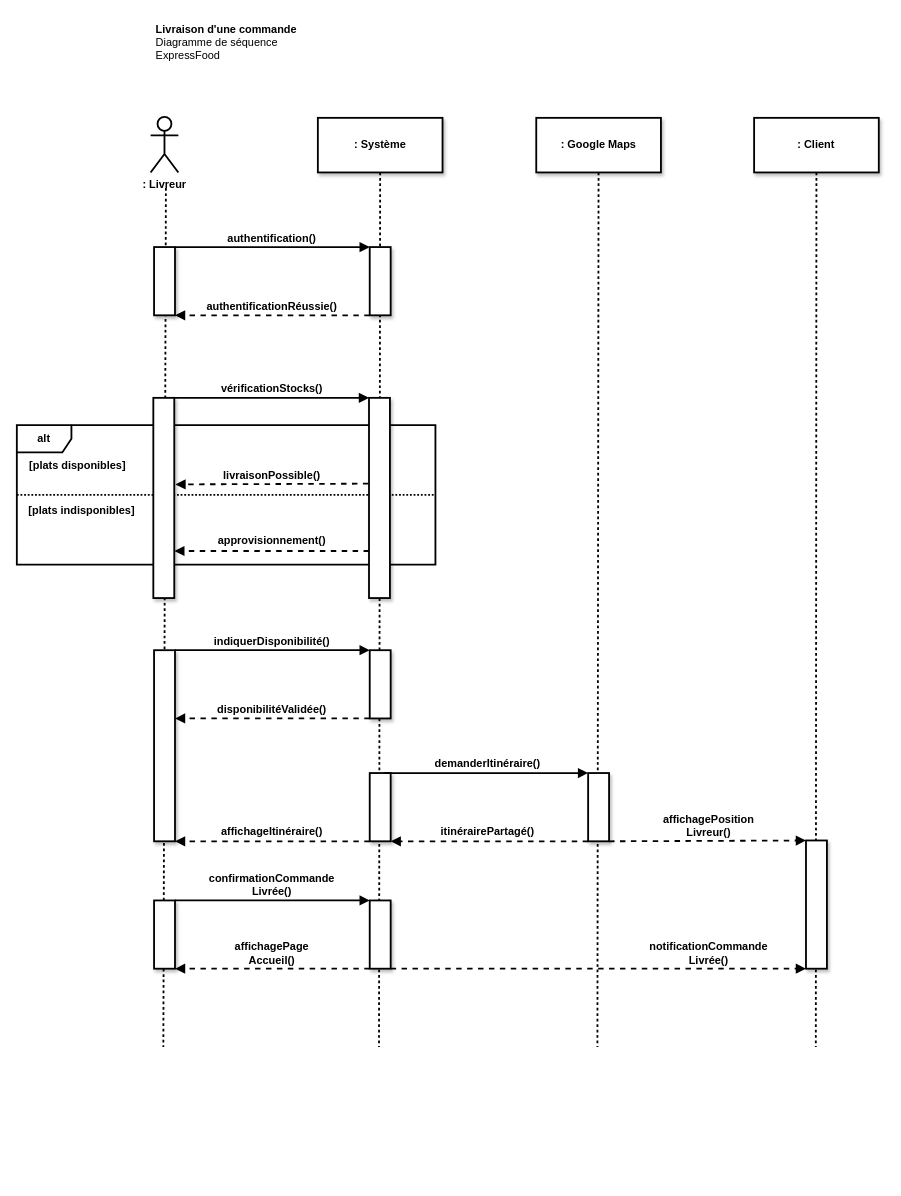
This is page "Diagramme de séquence - Livraison d'une commande" (7 of 7) of ExpressFood_Jourde_Florian/Jourde_Florian_1_diagrammes_UML_022022/ExpressFood - Domain Driven Design.drawio from FlorianJourde/OpenClassrooms-3-Design-the-technical-solution-for-an-online-restaurant-application-ExpressFood, a draw.io file, before an edit. Source tidied: cells renumbered, new cells numbered last; positions are measured from the earlier drawing's top-left corner, leaving out a move shared by most shapes. Both pictures are drawn from the tidied source at 91%, with x=0, y=0 at pixel (16, 19).
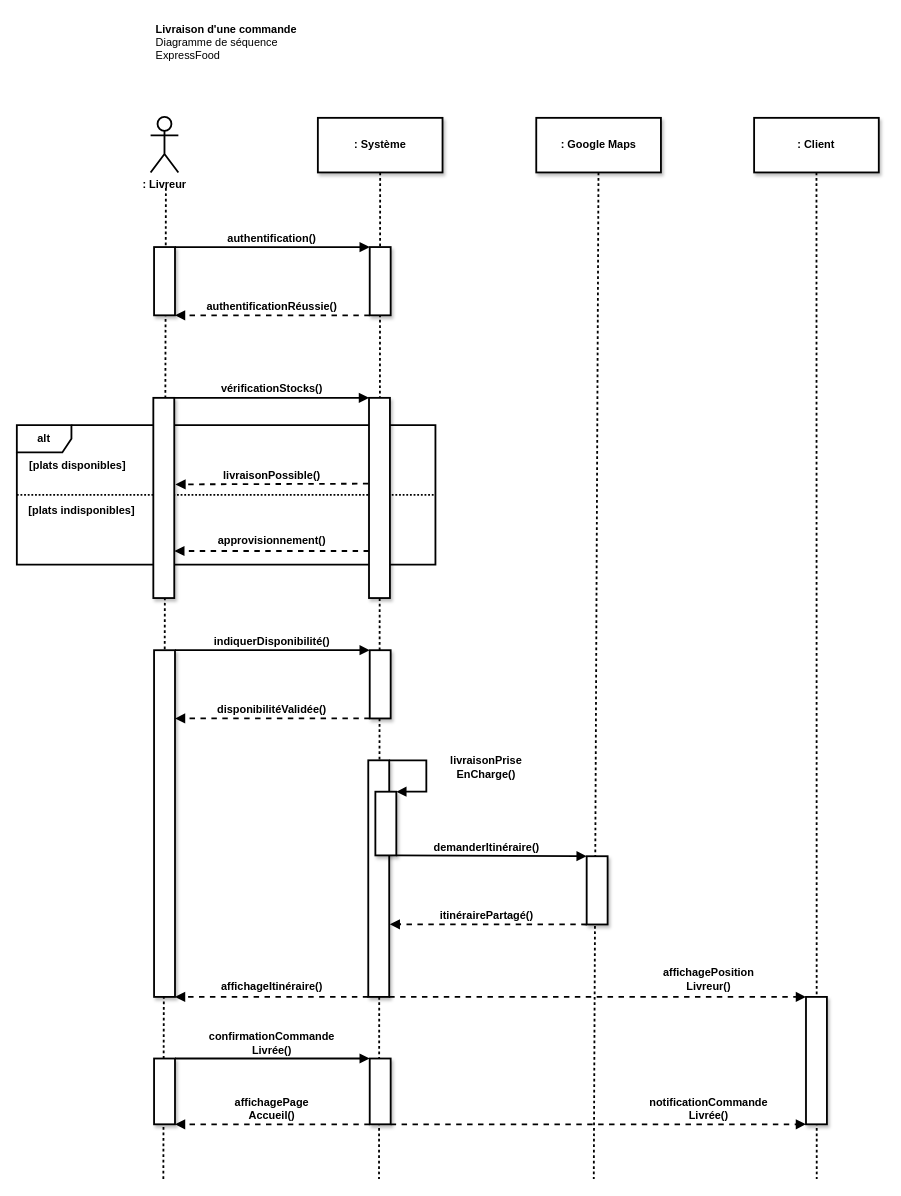
The same diagram, later.

The change refers to these unchanged cells:
```xml
<mxCell id="9" value=": Système" style="html=1;overflow=block;blockSpacing=1;whiteSpace=wrap;fontSize=12;spacing=20;strokeOpacity=100;fillOpacity=100;rounded=0;absoluteArcSize=1;arcSize=9;strokeWidth=2;shadow=1;fontStyle=1;spacingTop=0;align=center;verticalAlign=middle;" parent="1" vertex="1">
  <mxGeometry x="330.8" y="108" width="137" height="60" as="geometry" />
</mxCell>
<mxCell id="13" value=": Google Maps" style="html=1;overflow=block;blockSpacing=1;whiteSpace=wrap;fontSize=12;spacing=20;strokeOpacity=100;fillOpacity=100;rounded=0;absoluteArcSize=1;arcSize=9;strokeWidth=2;shadow=1;fontStyle=1;spacingTop=0;align=center;verticalAlign=middle;" parent="1" vertex="1">
  <mxGeometry x="570.8" y="108" width="137" height="60" as="geometry" />
</mxCell>
<mxCell id="15" value=": Client" style="html=1;overflow=block;blockSpacing=1;whiteSpace=wrap;fontSize=12;spacing=20;strokeOpacity=100;fillOpacity=100;rounded=0;absoluteArcSize=1;arcSize=9;strokeWidth=2;shadow=1;fontStyle=1;spacingTop=0;align=center;verticalAlign=middle;" parent="1" vertex="1">
  <mxGeometry x="810.2" y="108" width="137" height="60" as="geometry" />
</mxCell>
```

What changed in the source:
```diff
@@
     <mxCell id="5" style="html=1;jettySize=18;whiteSpace=wrap;fontSize=12;dashed=1;fixDash=1;strokeWidth=2;arcSize=12;startArrow=none;endArrow=none;rounded=0;" parent="1" edge="1" source="9">
       <mxGeometry relative="1" as="geometry">
-        <mxPoint x="398" y="1129" as="targetPoint" />
+        <mxPoint x="398" y="1274" as="targetPoint" />
       </mxGeometry>
     </mxCell>
     <mxCell id="6" style="html=1;jettySize=18;whiteSpace=wrap;fontSize=12;dashed=1;fixDash=1;strokeWidth=2;arcSize=12;startArrow=none;endArrow=none;rounded=0;" parent="1" edge="1">
       <mxGeometry relative="1" as="geometry">
         <mxPoint x="163.8" y="185" as="sourcePoint" />
-        <mxPoint x="161" y="1129" as="targetPoint" />
+        <mxPoint x="161" y="1274" as="targetPoint" />
       </mxGeometry>
     </mxCell>
     <mxCell id="7" style="html=1;jettySize=18;whiteSpace=wrap;fontSize=12;dashed=1;fixDash=1;strokeWidth=2;rounded=1;arcSize=12;startArrow=none;endArrow=none;" parent="1" edge="1" source="13">
       <mxGeometry relative="1" as="geometry">
-        <mxPoint x="638" y="1129" as="targetPoint" />
+        <mxPoint x="634" y="1274" as="targetPoint" />
       </mxGeometry>
     </mxCell>
     <mxCell id="8" style="html=1;jettySize=18;whiteSpace=wrap;fontSize=12;dashed=1;fixDash=1;strokeWidth=2;rounded=1;arcSize=12;startArrow=none;endArrow=none;" parent="1" edge="1" source="15">
       <mxGeometry relative="1" as="geometry">
-        <mxPoint x="878" y="1129" as="targetPoint" />
+        <mxPoint x="879" y="1274" as="targetPoint" />
       </mxGeometry>
     </mxCell>
@@
     <mxCell id="10" style="html=1;overflow=block;blockSpacing=1;whiteSpace=wrap;fontSize=12;spacing=9;strokeOpacity=100;fillOpacity=100;rounded=0;absoluteArcSize=1;arcSize=9;strokeWidth=2;shadow=1;" parent="1" vertex="1">
-      <mxGeometry x="150.8" y="693" width="23" height="210" as="geometry" />
+      <mxGeometry x="150.8" y="693" width="23" height="381" as="geometry" />
     </mxCell>
@@
-    <mxCell id="26" style="html=1;overflow=block;blockSpacing=1;whiteSpace=wrap;fontSize=12;spacing=9;strokeOpacity=100;fillOpacity=100;rounded=0;absoluteArcSize=1;arcSize=9;strokeWidth=2;shadow=1;" parent="1" vertex="1">
-      <mxGeometry x="387.8" y="828" width="23" height="75" as="geometry" />
-    </mxCell>
-    <mxCell id="27" style="html=1;overflow=block;blockSpacing=1;whiteSpace=wrap;fontSize=12;spacing=9;strokeOpacity=100;fillOpacity=100;rounded=0;absoluteArcSize=1;arcSize=9;strokeWidth=2;shadow=1;" parent="1" vertex="1">
-      <mxGeometry x="627.8" y="828" width="23" height="75" as="geometry" />
-    </mxCell>
-    <mxCell id="28" style="html=1;jettySize=18;whiteSpace=wrap;fontSize=12;strokeWidth=2;arcSize=12;startArrow=none;endArrow=block;endFill=1;entryX=0;entryY=0;entryDx=0;entryDy=0;rounded=0;" parent="1" edge="1" target="27">
-      <mxGeometry relative="1" as="geometry">
-        <mxPoint x="403.8" y="828" as="sourcePoint" />
-      </mxGeometry>
-    </mxCell>
-    <mxCell id="29" value="demanderItinéraire()" style="html=1;overflow=block;blockSpacing=1;whiteSpace=wrap;fontSize=12;align=center;spacing=3.8;verticalAlign=bottom;strokeOpacity=0;fillOpacity=0;rounded=1;absoluteArcSize=1;arcSize=9;strokeWidth=2;fontStyle=1;" parent="1" vertex="1">
-      <mxGeometry x="433.3" y="802.1" width="169" height="25" as="geometry" />
-    </mxCell>
-    <mxCell id="30" style="html=1;jettySize=18;whiteSpace=wrap;fontSize=12;strokeWidth=2;arcSize=12;startArrow=none;endArrow=block;endFill=1;exitX=0;exitY=1;exitDx=0;exitDy=0;dashed=1;entryX=1;entryY=1;entryDx=0;entryDy=0;rounded=0;" parent="1" edge="1" source="27" target="26">
-      <mxGeometry relative="1" as="geometry" />
-    </mxCell>
-    <mxCell id="31" value="itinérairePartagé()" style="html=1;overflow=block;blockSpacing=1;whiteSpace=wrap;fontSize=12;align=center;spacing=3.8;verticalAlign=bottom;strokeOpacity=0;fillOpacity=0;rounded=1;absoluteArcSize=1;arcSize=9;strokeWidth=2;fontStyle=1;" parent="1" vertex="1">
-      <mxGeometry x="433.3" y="877.1" width="169" height="25" as="geometry" />
-    </mxCell>
-    <mxCell id="32" style="html=1;jettySize=18;whiteSpace=wrap;fontSize=12;strokeWidth=2;arcSize=12;startArrow=none;endArrow=block;endFill=1;exitX=0;exitY=1;exitDx=0;exitDy=0;dashed=1;entryX=1;entryY=1;entryDx=0;entryDy=0;rounded=0;" parent="1" edge="1" source="26" target="10">
+    <mxCell id="32" style="html=1;jettySize=18;whiteSpace=wrap;fontSize=12;strokeWidth=2;arcSize=12;startArrow=none;endArrow=block;endFill=1;dashed=1;entryX=1;entryY=1;entryDx=0;entryDy=0;rounded=0;exitX=0;exitY=1;exitDx=0;exitDy=0;" parent="1" edge="1" source="55" target="10">
       <mxGeometry relative="1" as="geometry" />
     </mxCell>
     <mxCell id="33" value="affichageItinéraire()" style="html=1;overflow=block;blockSpacing=1;whiteSpace=wrap;fontSize=12;align=center;spacing=3.8;verticalAlign=bottom;strokeOpacity=0;fillOpacity=0;rounded=1;absoluteArcSize=1;arcSize=9;strokeWidth=2;fontStyle=1;" parent="1" vertex="1">
-      <mxGeometry x="196.3" y="877.1" width="169" height="25" as="geometry" />
+      <mxGeometry x="195.5" y="1046.7" width="169" height="25" as="geometry" />
     </mxCell>
     <mxCell id="34" style="html=1;overflow=block;blockSpacing=1;whiteSpace=wrap;fontSize=12;spacing=9;strokeOpacity=100;fillOpacity=100;rounded=0;absoluteArcSize=1;arcSize=9;strokeWidth=2;shadow=1;" parent="1" vertex="1">
-      <mxGeometry x="867.2" y="902.1" width="23" height="140.9" as="geometry" />
+      <mxGeometry x="867.2" y="1074" width="23" height="140" as="geometry" />
     </mxCell>
-    <mxCell id="35" style="html=1;jettySize=18;whiteSpace=wrap;fontSize=12;strokeWidth=2;arcSize=12;startArrow=none;endArrow=block;endFill=1;exitX=1;exitY=1;exitDx=0;exitDy=0;dashed=1;entryX=0;entryY=0;entryDx=0;entryDy=0;rounded=0;" parent="1" edge="1" source="27" target="34">
+    <mxCell id="35" style="html=1;jettySize=18;whiteSpace=wrap;fontSize=12;strokeWidth=2;arcSize=12;startArrow=none;endArrow=block;endFill=1;exitX=1;exitY=1;exitDx=0;exitDy=0;dashed=1;entryX=0;entryY=0;entryDx=0;entryDy=0;rounded=0;" parent="1" edge="1" source="55" target="34">
       <mxGeometry relative="1" as="geometry" />
     </mxCell>
     <mxCell id="36" value="affichagePosition&lt;br&gt;Livreur()" style="html=1;overflow=block;blockSpacing=1;whiteSpace=wrap;fontSize=12;align=center;spacing=3.8;verticalAlign=bottom;strokeOpacity=0;fillOpacity=0;rounded=1;absoluteArcSize=1;arcSize=9;strokeWidth=2;fontStyle=1;" parent="1" vertex="1">
-      <mxGeometry x="676.3" y="878" width="169" height="25" as="geometry" />
+      <mxGeometry x="676.3" y="1046.7" width="169" height="25" as="geometry" />
     </mxCell>
     <mxCell id="37" style="html=1;overflow=block;blockSpacing=1;whiteSpace=wrap;fontSize=12;spacing=9;strokeOpacity=100;fillOpacity=100;rounded=0;absoluteArcSize=1;arcSize=9;strokeWidth=2;shadow=1;" parent="1" vertex="1">
-      <mxGeometry x="150.8" y="968" width="23" height="75" as="geometry" />
+      <mxGeometry x="150.8" y="1141.7" width="23" height="72.3" as="geometry" />
     </mxCell>
     <mxCell id="38" style="html=1;jettySize=18;whiteSpace=wrap;fontSize=12;strokeWidth=2;arcSize=12;edgeStyle=orthogonalEdgeStyle;startArrow=none;endArrow=block;endFill=1;entryX=0;entryY=0;entryDx=0;entryDy=0;exitX=1;exitY=0;exitDx=0;exitDy=0;rounded=0;" parent="1" edge="1" source="37" target="40">
       <mxGeometry relative="1" as="geometry">
         <Array as="points">
-          <mxPoint x="250.8" y="968" />
-          <mxPoint x="250.8" y="968" />
+          <mxPoint x="250.8" y="1141.7" />
+          <mxPoint x="250.8" y="1141.7" />
         </Array>
       </mxGeometry>
     </mxCell>
     <mxCell id="39" value="confirmationCommande&lt;br&gt;Livrée()" style="html=1;overflow=block;blockSpacing=1;whiteSpace=wrap;fontSize=12;align=center;spacing=3.8;verticalAlign=bottom;strokeOpacity=0;fillOpacity=0;rounded=1;absoluteArcSize=1;arcSize=9;strokeWidth=2;fontStyle=1;" parent="1" vertex="1">
-      <mxGeometry x="196.3" y="943" width="169" height="25" as="geometry" />
+      <mxGeometry x="195.5" y="1116.7" width="169" height="25" as="geometry" />
     </mxCell>
     <mxCell id="40" style="html=1;overflow=block;blockSpacing=1;whiteSpace=wrap;fontSize=12;spacing=9;strokeOpacity=100;fillOpacity=100;rounded=0;absoluteArcSize=1;arcSize=9;strokeWidth=2;shadow=1;" parent="1" vertex="1">
-      <mxGeometry x="387.8" y="968" width="23" height="75" as="geometry" />
+      <mxGeometry x="387.8" y="1141.7" width="23" height="72.3" as="geometry" />
     </mxCell>
-    <mxCell id="41" style="html=1;jettySize=18;whiteSpace=wrap;fontSize=12;strokeWidth=2;arcSize=12;edgeStyle=orthogonalEdgeStyle;startArrow=none;endArrow=block;endFill=1;exitX=0;exitY=1;exitDx=0;exitDy=0;dashed=1;entryX=1;entryY=1;entryDx=0;entryDy=0;rounded=0;" parent="1" edge="1" source="40" target="37">
-      <mxGeometry relative="1" as="geometry">
-        <Array as="points">
-          <mxPoint x="270.8" y="1043" />
-          <mxPoint x="270.8" y="1043" />
-        </Array>
-      </mxGeometry>
+    <mxCell id="41" style="html=1;jettySize=18;whiteSpace=wrap;fontSize=12;strokeWidth=2;arcSize=12;startArrow=none;endArrow=block;endFill=1;exitX=0;exitY=1;exitDx=0;exitDy=0;dashed=1;entryX=1;entryY=1;entryDx=0;entryDy=0;rounded=0;" parent="1" edge="1" source="40" target="37">
+      <mxGeometry relative="1" as="geometry" />
     </mxCell>
     <mxCell id="42" value="affichagePage&lt;br&gt;Accueil()" style="html=1;overflow=block;blockSpacing=1;whiteSpace=wrap;fontSize=12;align=center;spacing=3.8;verticalAlign=bottom;strokeOpacity=0;fillOpacity=0;rounded=1;absoluteArcSize=1;arcSize=9;strokeWidth=2;fontStyle=1;" parent="1" vertex="1">
-      <mxGeometry x="196.3" y="1018" width="169" height="25" as="geometry" />
+      <mxGeometry x="196.3" y="1189" width="169" height="25" as="geometry" />
     </mxCell>
@@
     <mxCell id="44" value="notificationCommande&lt;br&gt;Livrée()" style="html=1;overflow=block;blockSpacing=1;whiteSpace=wrap;fontSize=12;align=center;spacing=3.8;verticalAlign=bottom;strokeOpacity=0;fillOpacity=0;rounded=1;absoluteArcSize=1;arcSize=9;strokeWidth=2;fontStyle=1;" parent="1" vertex="1">
-      <mxGeometry x="676.3" y="1018" width="169" height="25" as="geometry" />
+      <mxGeometry x="676.3" y="1189" width="169" height="25" as="geometry" />
     </mxCell>
@@
+    <mxCell id="55" style="html=1;overflow=block;blockSpacing=1;whiteSpace=wrap;fontSize=12;spacing=9;strokeOpacity=100;fillOpacity=100;rounded=0;absoluteArcSize=1;arcSize=9;strokeWidth=2;shadow=1;" parent="1" vertex="1">
+      <mxGeometry x="386.2" y="814" width="23" height="260" as="geometry" />
+    </mxCell>
+    <mxCell id="56" style="html=1;overflow=block;blockSpacing=1;whiteSpace=wrap;fontSize=12;spacing=9;strokeOpacity=100;fillOpacity=100;rounded=0;absoluteArcSize=1;arcSize=9;strokeWidth=2;shadow=1;" parent="1" vertex="1">
+      <mxGeometry x="626.2" y="919.4" width="23" height="75" as="geometry" />
+    </mxCell>
+    <mxCell id="57" style="html=1;jettySize=18;whiteSpace=wrap;fontSize=12;strokeWidth=2;arcSize=12;startArrow=none;endArrow=block;endFill=1;entryX=0;entryY=0;entryDx=0;entryDy=0;rounded=0;exitX=1;exitY=1;exitDx=0;exitDy=0;" parent="1" edge="1" source="59" target="56">
+      <mxGeometry relative="1" as="geometry" />
+    </mxCell>
+    <mxCell id="29" value="demanderItinéraire()" style="html=1;overflow=block;blockSpacing=1;whiteSpace=wrap;fontSize=12;align=center;spacing=3.8;verticalAlign=bottom;strokeOpacity=0;fillOpacity=0;rounded=1;absoluteArcSize=1;arcSize=9;strokeWidth=2;fontStyle=1;" parent="1" vertex="1">
+      <mxGeometry x="431.8" y="894.4" width="169" height="25" as="geometry" />
+    </mxCell>
+    <mxCell id="58" style="html=1;jettySize=18;whiteSpace=wrap;fontSize=12;strokeWidth=2;arcSize=12;startArrow=none;endArrow=block;endFill=1;exitX=0;exitY=1;exitDx=0;exitDy=0;dashed=1;rounded=0;entryX=1.026;entryY=0.693;entryDx=0;entryDy=0;entryPerimeter=0;" parent="1" edge="1" source="56" target="55">
+      <mxGeometry relative="1" as="geometry" />
+    </mxCell>
+    <mxCell id="31" value="itinérairePartagé()" style="html=1;overflow=block;blockSpacing=1;whiteSpace=wrap;fontSize=12;align=center;spacing=3.8;verticalAlign=bottom;strokeOpacity=0;fillOpacity=0;rounded=1;absoluteArcSize=1;arcSize=9;strokeWidth=2;fontStyle=1;" parent="1" vertex="1">
+      <mxGeometry x="431.8" y="969.4" width="169" height="25" as="geometry" />
+    </mxCell>
+    <mxCell id="59" style="html=1;overflow=block;blockSpacing=1;whiteSpace=wrap;fontSize=12;spacing=9;strokeOpacity=100;fillOpacity=100;rounded=0;absoluteArcSize=1;arcSize=9;strokeWidth=2;shadow=1;" parent="1" vertex="1">
+      <mxGeometry x="394" y="848.5" width="23" height="70" as="geometry" />
+    </mxCell>
+    <mxCell id="60" style="html=1;jettySize=18;whiteSpace=wrap;fontSize=12;strokeWidth=2;arcSize=12;edgeStyle=orthogonalEdgeStyle;startArrow=none;endArrow=block;endFill=1;entryX=1;entryY=0;entryDx=0;entryDy=0;rounded=0;exitX=1;exitY=0;exitDx=0;exitDy=0;" parent="1" edge="1" source="55" target="59">
+      <mxGeometry relative="1" as="geometry">
+        <Array as="points">
+          <mxPoint x="450" y="814" />
+          <mxPoint x="450" y="849" />
+        </Array>
+      </mxGeometry>
+    </mxCell>
+    <mxCell id="61" value="livraisonPrise&lt;br&gt;EnCharge()" style="html=1;overflow=block;blockSpacing=1;whiteSpace=wrap;fontSize=12;align=center;spacing=3.8;verticalAlign=bottom;strokeOpacity=0;fillOpacity=0;rounded=1;absoluteArcSize=1;arcSize=9;strokeWidth=2;fontStyle=1;" parent="1" vertex="1">
+      <mxGeometry x="466.2" y="814" width="100" height="25" as="geometry" />
+    </mxCell>
```
